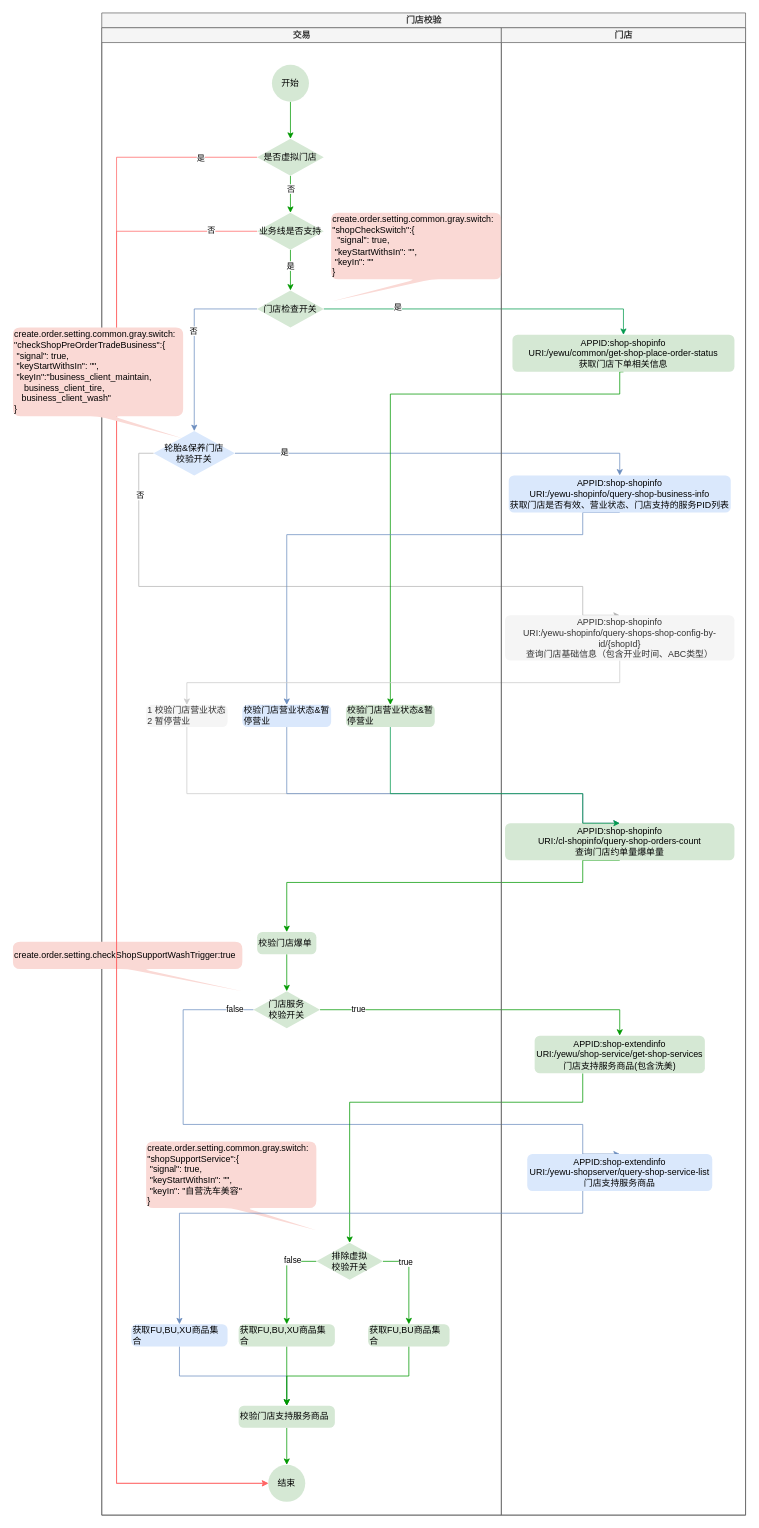
The draw.io diagram ShopCheck.drawio in tmdrk/springboot-brief, before the edit. Source tidied: cells renumbered, new cells numbered last; positions are measured from the earlier drawing's top-left corner, leaving out a move shared by most shapes. Both pictures are drawn from the tidied source at 74%, with x=0, y=0 at pixel (13, 13).
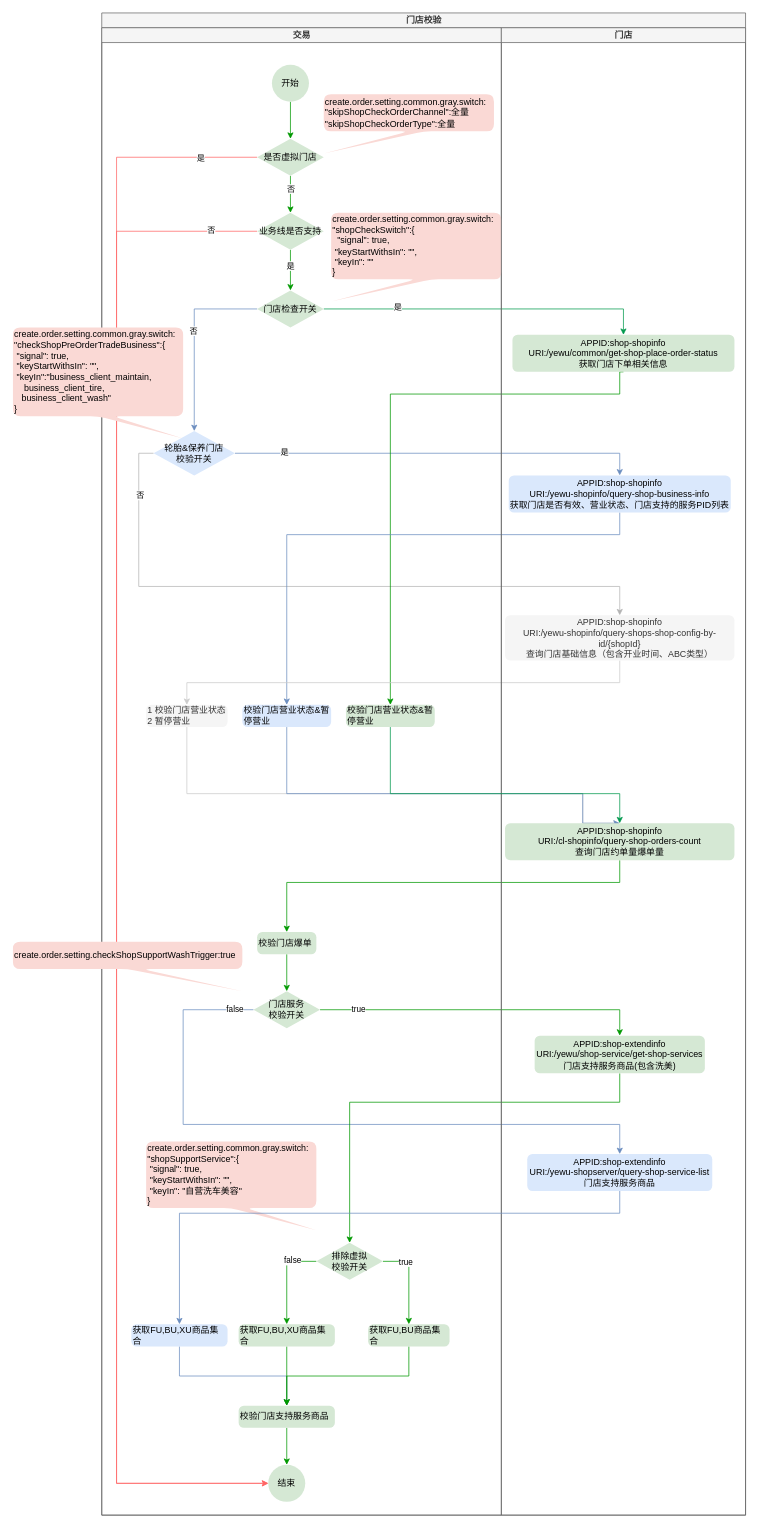
The same page after the edit.

Unchanged cells that the change refers to:
```xml
<mxCell id="2" value="门店校验" style="swimlane;startSize=20;html=1;strokeColor=#666666;fillColor=#f5f5f5;fontColor=#333333;" parent="1" vertex="1">
  <mxGeometry x="120" width="870" height="2030" as="geometry" />
</mxCell>
<mxCell id="20" value="交易" style="swimlane;startSize=20;html=1;fillColor=#f5f5f5;fontColor=#333333;strokeColor=#666666;" parent="2" vertex="1">
  <mxGeometry y="20" width="540" height="2010" as="geometry" />
</mxCell>
<mxCell id="26" value="轮胎&amp;amp;保养门店&lt;br&gt;校验开关" style="strokeWidth=1;html=1;shape=mxgraph.flowchart.decision;whiteSpace=wrap;fillColor=#dae8fc;strokeColor=none;" parent="20" vertex="1">
  <mxGeometry x="70" y="545" width="110" height="60" as="geometry" />
</mxCell>
<mxCell id="27" value="&lt;div&gt;校验门店营业状态&amp;amp;暂停营业&lt;/div&gt;" style="rounded=1;whiteSpace=wrap;html=1;absoluteArcSize=1;arcSize=14;strokeWidth=1;align=left;strokeColor=none;fillColor=#d5e8d4;" parent="20" vertex="1">
  <mxGeometry x="330" y="915" width="120" height="30" as="geometry" />
</mxCell>
<mxCell id="28" value="&lt;div&gt;校验门店营业状态&amp;amp;暂停营业&lt;/div&gt;" style="rounded=1;whiteSpace=wrap;html=1;absoluteArcSize=1;arcSize=14;strokeWidth=1;align=left;strokeColor=none;fillColor=#dae8fc;" parent="20" vertex="1">
  <mxGeometry x="190" y="915" width="120" height="30" as="geometry" />
</mxCell>
<mxCell id="32" value="&lt;div&gt;校验门店爆单&lt;/div&gt;" style="rounded=1;whiteSpace=wrap;html=1;absoluteArcSize=1;arcSize=14;strokeWidth=1;align=left;strokeColor=none;fillColor=#d5e8d4;" parent="20" vertex="1">
  <mxGeometry x="210" y="1222" width="80" height="30" as="geometry" />
</mxCell>
<mxCell id="33" value="门店服务&lt;br&gt;校验开关" style="strokeWidth=1;html=1;shape=mxgraph.flowchart.decision;whiteSpace=wrap;fillColor=#d5e8d4;strokeColor=none;" parent="20" vertex="1">
  <mxGeometry x="205" y="1302" width="90" height="50" as="geometry" />
</mxCell>
<mxCell id="38" value="排除虚拟&lt;br&gt;校验开关" style="strokeWidth=1;html=1;shape=mxgraph.flowchart.decision;whiteSpace=wrap;fillColor=#d5e8d4;strokeColor=none;" parent="20" vertex="1">
  <mxGeometry x="290" y="1642" width="90" height="50" as="geometry" />
</mxCell>
<mxCell id="42" value="获取FU,BU,XU&lt;span style=&quot;background-color: initial;&quot;&gt;商品集合&lt;/span&gt;" style="rounded=1;whiteSpace=wrap;html=1;absoluteArcSize=1;arcSize=14;strokeWidth=1;align=left;strokeColor=none;fillColor=#dae8fc;" parent="20" vertex="1">
  <mxGeometry x="40" y="1752" width="130" height="30" as="geometry" />
</mxCell>
<mxCell id="63" value="&lt;div&gt;APPID:shop-shopinfo&lt;/div&gt;&lt;div&gt;URI:/yewu-shopinfo/query-shop-business-info&lt;/div&gt;&lt;div&gt;获取门店是否有效、营业状态、门店支持的服务PID列表&lt;br&gt;&lt;/div&gt;" style="rounded=1;whiteSpace=wrap;html=1;absoluteArcSize=1;arcSize=14;strokeWidth=1;strokeColor=none;fillColor=#dae8fc;" parent="61" vertex="1">
  <mxGeometry x="10" y="605" width="300" height="50" as="geometry" />
</mxCell>
<mxCell id="64" value="&lt;div&gt;APPID:shop-shopinfo&lt;/div&gt;&lt;div&gt;URI:/yewu-shopinfo/query-shops-shop-config-by-id/{shopId}&lt;/div&gt;&lt;div&gt;查询门店基础信息（包含开业时间、ABC类型）&lt;br&gt;&lt;/div&gt;" style="rounded=1;whiteSpace=wrap;html=1;absoluteArcSize=1;arcSize=14;strokeWidth=1;strokeColor=none;fillColor=#f5f5f5;fontColor=#333333;" parent="61" vertex="1">
  <mxGeometry x="5" y="794" width="310" height="61" as="geometry" />
</mxCell>
<mxCell id="65" value="&lt;div&gt;APPID:shop-shopinfo&lt;/div&gt;&lt;div&gt;URI:/cl-shopinfo/query-shop-orders-count&lt;/div&gt;&lt;div&gt;查询门店约单量爆单量&lt;br&gt;&lt;/div&gt;" style="rounded=1;whiteSpace=wrap;html=1;absoluteArcSize=1;arcSize=14;strokeWidth=1;strokeColor=none;fillColor=#d5e8d4;" parent="61" vertex="1">
  <mxGeometry x="5" y="1075" width="310" height="50" as="geometry" />
</mxCell>
<mxCell id="66" value="&lt;div&gt;APPID:shop-extendinfo&lt;/div&gt;&lt;div&gt;URI:/yewu/shop-service/get-shop-services&lt;/div&gt;&lt;div&gt;门店支持服务商品(包含洗美)&lt;br&gt;&lt;/div&gt;" style="rounded=1;whiteSpace=wrap;html=1;absoluteArcSize=1;arcSize=14;strokeWidth=1;strokeColor=none;fillColor=#d5e8d4;" parent="61" vertex="1">
  <mxGeometry x="45" y="1362" width="230" height="51" as="geometry" />
</mxCell>
<mxCell id="67" value="&lt;div&gt;APPID:shop-extendinfo&lt;/div&gt;&lt;div&gt;URI:/yewu-shopserver/query-shop-service-list&lt;/div&gt;&lt;div&gt;门店支持服务商品&lt;br&gt;&lt;/div&gt;" style="rounded=1;whiteSpace=wrap;html=1;absoluteArcSize=1;arcSize=14;strokeWidth=1;strokeColor=none;fillColor=#dae8fc;" parent="61" vertex="1">
  <mxGeometry x="35" y="1522" width="250" height="50" as="geometry" />
</mxCell>
```

Diff of the diagram source:
```diff
@@
     <mxCell id="7" style="edgeStyle=orthogonalEdgeStyle;rounded=0;jettySize=auto;html=1;entryX=0.5;entryY=0;entryDx=0;entryDy=0;exitX=0;exitY=0.5;exitDx=0;exitDy=0;exitPerimeter=0;strokeColor=#B3B3B3;" parent="2" edge="1" source="26" target="64">
       <mxGeometry relative="1" as="geometry">
         <Array as="points">
           <mxPoint x="50" y="595" />
           <mxPoint x="50" y="775" />
-          <mxPoint x="650" y="775" />
+          <mxPoint x="700" y="775" />
         </Array>
       </mxGeometry>
     </mxCell>
@@
     <mxCell id="10" style="edgeStyle=orthogonalEdgeStyle;rounded=0;jettySize=auto;html=1;exitX=0.5;exitY=1;exitDx=0;exitDy=0;strokeColor=#6C8EBF;entryX=0.5;entryY=0;entryDx=0;entryDy=0;" parent="2" edge="1" source="63" target="28">
       <mxGeometry relative="1" as="geometry">
         <Array as="points">
-          <mxPoint x="650" y="705" />
+          <mxPoint x="700" y="705" />
           <mxPoint x="250" y="705" />
         </Array>
       </mxGeometry>
     </mxCell>
@@
     <mxCell id="14" style="edgeStyle=orthogonalEdgeStyle;rounded=0;jettySize=auto;html=1;entryX=0.5;entryY=0;entryDx=0;entryDy=0;strokeColor=#009900;exitX=0.5;exitY=1;exitDx=0;exitDy=0;" parent="2" edge="1" source="65" target="32">
       <mxGeometry relative="1" as="geometry">
         <Array as="points">
-          <mxPoint x="650" y="1175" />
+          <mxPoint x="700" y="1175" />
           <mxPoint x="250" y="1175" />
         </Array>
       </mxGeometry>
     </mxCell>
@@
     <mxCell id="17" style="edgeStyle=orthogonalEdgeStyle;rounded=0;jettySize=auto;html=1;entryX=0.5;entryY=0;entryDx=0;entryDy=0;strokeColor=#6C8EBF;" parent="2" edge="1" source="33" target="67">
       <mxGeometry relative="1" as="geometry">
         <Array as="points">
           <mxPoint x="110" y="1347" />
           <mxPoint x="110" y="1502" />
-          <mxPoint x="650" y="1502" />
+          <mxPoint x="700" y="1502" />
         </Array>
       </mxGeometry>
     </mxCell>
@@
     <mxCell id="19" style="edgeStyle=orthogonalEdgeStyle;rounded=0;jettySize=auto;html=1;strokeColor=#009900;entryX=0.5;entryY=0;entryDx=0;entryDy=0;entryPerimeter=0;" parent="2" edge="1" source="66" target="38">
       <mxGeometry relative="1" as="geometry">
         <Array as="points">
-          <mxPoint x="650" y="1472" />
+          <mxPoint x="700" y="1472" />
           <mxPoint x="335" y="1472" />
         </Array>
       </mxGeometry>
     </mxCell>
@@
-    <mxCell id="47" value="create.order.setting.checkShopSupportWashTrigger:true" style="shape=callout;whiteSpace=wrap;html=1;perimeter=calloutPerimeter;position2=1;fillColor=#fad9d5;strokeColor=none;rounded=1;align=left;" parent="20" vertex="1">
-      <mxGeometry x="-120" y="1235" width="310" height="67" as="geometry" />
-    </mxCell>
@@
+    <mxCell id="70" value="create.order.setting.common.gray.switch:&lt;br&gt;&lt;div style=&quot;&quot;&gt;&lt;span style=&quot;background-color: initial;&quot;&gt;&quot;skipShopCheckOrderChannel&quot;:全量&lt;/span&gt;&lt;/div&gt;&lt;div style=&quot;&quot;&gt;&quot;skipShopCheckOrderType&quot;:全量&lt;/div&gt;" style="shape=callout;whiteSpace=wrap;html=1;perimeter=calloutPerimeter;position2=0;fillColor=#fad9d5;strokeColor=none;rounded=1;align=left;" parent="20" vertex="1">
+      <mxGeometry x="300" y="90" width="230" height="80" as="geometry" />
+    </mxCell>
+    <mxCell id="47" value="create.order.setting.checkShopSupportWashTrigger:true" style="shape=callout;whiteSpace=wrap;html=1;perimeter=calloutPerimeter;position2=1;fillColor=#fad9d5;strokeColor=none;rounded=1;align=left;" parent="20" vertex="1">
+      <mxGeometry x="-120" y="1235" width="310" height="67" as="geometry" />
+    </mxCell>
@@
     <mxCell id="68" style="edgeStyle=orthogonalEdgeStyle;rounded=0;jettySize=auto;html=1;entryX=0.5;entryY=0;entryDx=0;entryDy=0;strokeColor=#6C8EBF;" parent="2" edge="1" source="67" target="42">
       <mxGeometry relative="1" as="geometry">
         <Array as="points">
-          <mxPoint x="650" y="1622" />
+          <mxPoint x="700" y="1622" />
           <mxPoint x="105" y="1622" />
         </Array>
       </mxGeometry>
     </mxCell>
     <mxCell id="69" style="edgeStyle=orthogonalEdgeStyle;rounded=0;jettySize=auto;html=1;exitX=0.5;exitY=1;exitDx=0;exitDy=0;strokeColor=#00994D;entryX=0.5;entryY=0;entryDx=0;entryDy=0;" parent="2" edge="1" source="27" target="65">
       <mxGeometry relative="1" as="geometry">
         <Array as="points">
           <mxPoint x="390" y="1055" />
-          <mxPoint x="650" y="1055" />
+          <mxPoint x="700" y="1055" />
         </Array>
       </mxGeometry>
     </mxCell>
```
